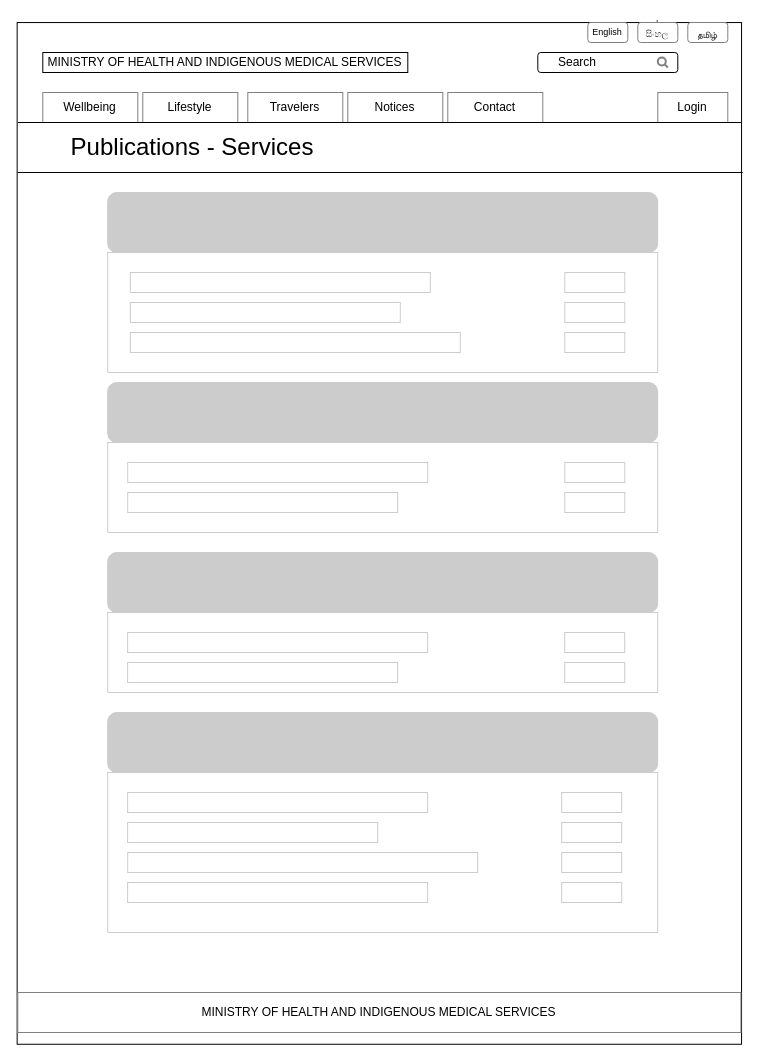
This is page "Page-2" (2 of 2) of Private Workspaces/Ishan - 10673936/Lo-Fidelity/Manuals guideLines.drawio from LRANUL/UOP_SE_Y2S2-ISAD254SL_HUMAN_COMPUTER_INTERACTION, a draw.io file, before an edit. Source tidied: cells renumbered, new cells numbered last; positions are measured from the earlier drawing's top-left corner, leaving out a move shared by most shapes. Both pictures are drawn from the tidied source at 100%, with x=0, y=0 at pixel (-132, 22).
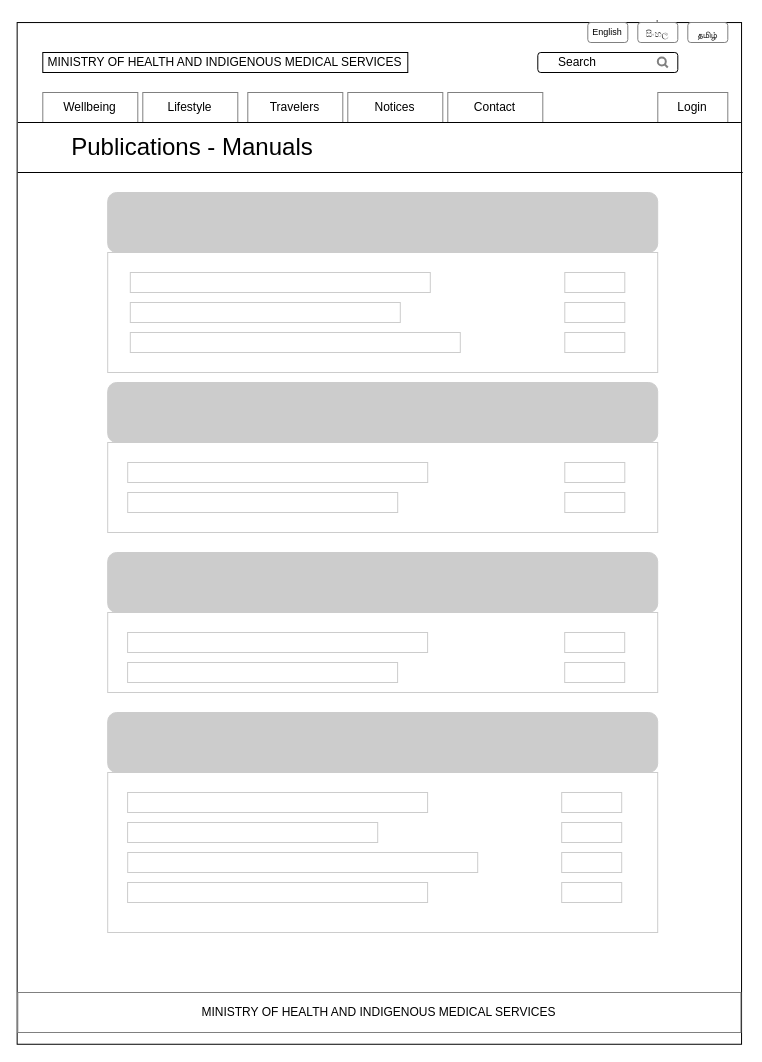
The same diagram, later.

Change to the diagram source:
```diff
@@
-    <mxCell id="19" value="&lt;font style=&quot;font-size: 24px&quot;&gt;Publications - Services&lt;/font&gt;" style="text;html=1;strokeColor=none;fillColor=none;align=center;verticalAlign=middle;whiteSpace=wrap;rounded=0;" parent="1" vertex="1">
+    <mxCell id="19" value="&lt;font style=&quot;font-size: 24px&quot;&gt;Publications -&amp;nbsp;&lt;/font&gt;&lt;span style=&quot;font-size: 24px&quot;&gt;Manuals&lt;/span&gt;" style="text;html=1;strokeColor=none;fillColor=none;align=center;verticalAlign=middle;whiteSpace=wrap;rounded=0;" parent="1" vertex="1">
       <mxGeometry x="179.2" y="100" width="290" height="50" as="geometry" />
     </mxCell>
```
